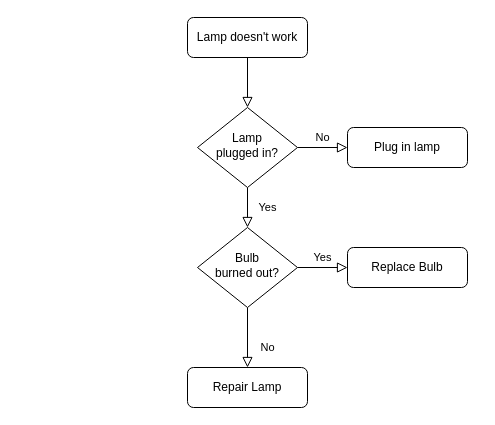
DaltonGOO/BIM-Analytics-Platform keeps this draw.io diagram as 07_Planning/Use Case Diagram.drawio. Above is the earlier version. Source tidied: cells renumbered, new cells numbered last; positions are measured from the earlier drawing's top-left corner, leaving out a move shared by most shapes. Both pictures are drawn from the tidied source at 100%, with x=0, y=0 at pixel (187, 17).
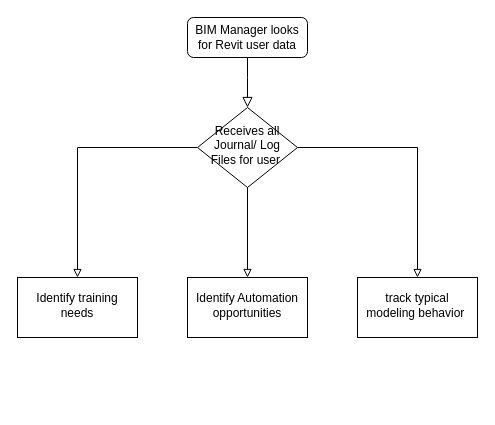
The same diagram, later.

Commit message:
Update Use Case Diagram / BIM Manager Looks for Revit User Data

Diff of the diagram source:
```diff
@@
 <mxGraphModel>
   <root>
     <mxCell id="0" />
     <mxCell id="1" parent="0" />
-    <mxCell id="2" style="rounded=0;html=1;jettySize=auto;fontSize=11;endArrow=block;endFill=0;endSize=8;strokeWidth=1;shadow=0;labelBackgroundColor=none;edgeStyle=orthogonalEdgeStyle;" parent="1" edge="1" source="3" target="6">
-      <mxGeometry relative="1" as="geometry" />
+    <mxCell id="2" style="rounded=0;html=1;jettySize=auto;fontSize=11;endArrow=block;endFill=0;endSize=8;strokeWidth=1;shadow=0;labelBackgroundColor=none;edgeStyle=orthogonalEdgeStyle;align=left;" parent="1" edge="1" source="3" target="6">
+      <mxGeometry relative="1" as="geometry">
+        <Array as="points">
+          <mxPoint x="60" y="60" />
+          <mxPoint x="60" y="60" />
+        </Array>
+      </mxGeometry>
     </mxCell>
-    <mxCell id="3" value="Lamp doesn't work" style="rounded=1;whiteSpace=wrap;html=1;fontSize=12;glass=0;strokeWidth=1;shadow=0;" parent="1" vertex="1">
+    <mxCell id="3" value="BIM Manager looks for Revit user data" style="rounded=1;whiteSpace=wrap;html=1;fontSize=12;glass=0;strokeWidth=1;shadow=0;" parent="1" vertex="1">
       <mxGeometry width="120" height="40" as="geometry" />
     </mxCell>
-    <mxCell id="4" value="Yes" style="rounded=0;html=1;jettySize=auto;fontSize=11;endArrow=block;endFill=0;endSize=8;strokeWidth=1;shadow=0;labelBackgroundColor=none;edgeStyle=orthogonalEdgeStyle;" parent="1" edge="1" source="6" target="10">
-      <mxGeometry y="20" relative="1" as="geometry" />
-    </mxCell>
-    <mxCell id="5" value="No" style="edgeStyle=orthogonalEdgeStyle;rounded=0;html=1;jettySize=auto;fontSize=11;endArrow=block;endFill=0;endSize=8;strokeWidth=1;shadow=0;labelBackgroundColor=none;" parent="1" edge="1" source="6" target="7">
-      <mxGeometry y="10" relative="1" as="geometry" />
-    </mxCell>
+    <mxCell id="13" style="edgeStyle=orthogonalEdgeStyle;rounded=0;jettySize=auto;html=1;startFill=1;endArrow=block;endFill=0;align=left;" parent="1" edge="1" source="6" target="16">
+      <mxGeometry relative="1" as="geometry" />
+    </mxCell>
+    <mxCell id="14" style="edgeStyle=orthogonalEdgeStyle;rounded=0;jettySize=auto;html=1;startFill=1;endArrow=block;endFill=0;align=left;" parent="1" edge="1" source="6" target="17">
+      <mxGeometry relative="1" as="geometry" />
+    </mxCell>
+    <mxCell id="15" style="edgeStyle=orthogonalEdgeStyle;rounded=0;jettySize=auto;html=1;startFill=1;endArrow=block;endFill=0;align=left;" parent="1" edge="1" source="6" target="18">
+      <mxGeometry relative="1" as="geometry" />
+    </mxCell>
-    <mxCell id="6" value="Lamp&lt;br&gt;plugged in?" style="rhombus;whiteSpace=wrap;html=1;shadow=0;fontFamily=Helvetica;fontSize=12;align=center;strokeWidth=1;spacing=6;spacingTop=-4;" parent="1" vertex="1">
+    <mxCell id="6" value="Receives all Journal/ Log Files for user&amp;nbsp;" style="rhombus;whiteSpace=wrap;html=1;shadow=0;fontFamily=Helvetica;fontSize=12;align=center;strokeWidth=1;spacing=6;spacingTop=-4;" parent="1" vertex="1">
       <mxGeometry x="10" y="90" width="100" height="80" as="geometry" />
     </mxCell>
-    <mxCell id="7" value="Plug in lamp" style="rounded=1;whiteSpace=wrap;html=1;fontSize=12;glass=0;strokeWidth=1;shadow=0;" parent="1" vertex="1">
-      <mxGeometry x="160" y="110" width="120" height="40" as="geometry" />
-    </mxCell>
-    <mxCell id="8" value="No" style="rounded=0;html=1;jettySize=auto;fontSize=11;endArrow=block;endFill=0;endSize=8;strokeWidth=1;shadow=0;labelBackgroundColor=none;edgeStyle=orthogonalEdgeStyle;" parent="1" edge="1" source="10" target="11">
-      <mxGeometry x="0.33" y="20" relative="1" as="geometry" />
-    </mxCell>
-    <mxCell id="9" value="Yes" style="edgeStyle=orthogonalEdgeStyle;rounded=0;html=1;jettySize=auto;fontSize=11;endArrow=block;endFill=0;endSize=8;strokeWidth=1;shadow=0;labelBackgroundColor=none;" parent="1" edge="1" source="10" target="12">
-      <mxGeometry y="10" relative="1" as="geometry" />
-    </mxCell>
-    <mxCell id="10" value="Bulb&lt;br&gt;burned out?" style="rhombus;whiteSpace=wrap;html=1;shadow=0;fontFamily=Helvetica;fontSize=12;align=center;strokeWidth=1;spacing=6;spacingTop=-4;" parent="1" vertex="1">
-      <mxGeometry x="10" y="210" width="100" height="80" as="geometry" />
-    </mxCell>
-    <mxCell id="11" value="Repair Lamp" style="rounded=1;whiteSpace=wrap;html=1;fontSize=12;glass=0;strokeWidth=1;shadow=0;" parent="1" vertex="1">
-      <mxGeometry y="350" width="120" height="40" as="geometry" />
-    </mxCell>
-    <mxCell id="12" value="Replace Bulb" style="rounded=1;whiteSpace=wrap;html=1;fontSize=12;glass=0;strokeWidth=1;shadow=0;" parent="1" vertex="1">
-      <mxGeometry x="160" y="230" width="120" height="40" as="geometry" />
-    </mxCell>
+    <mxCell id="16" value="&lt;span&gt;Identify training needs&lt;/span&gt;" style="whiteSpace=wrap;html=1;shadow=0;strokeWidth=1;spacing=6;spacingTop=-4;" parent="1" vertex="1">
+      <mxGeometry x="-170" y="260" width="120" height="60" as="geometry" />
+    </mxCell>
+    <mxCell id="17" value="Identify Automation opportunities" style="whiteSpace=wrap;html=1;shadow=0;strokeWidth=1;spacing=6;spacingTop=-4;" parent="1" vertex="1">
+      <mxGeometry y="260" width="120" height="60" as="geometry" />
+    </mxCell>
+    <mxCell id="18" value="track typical modeling behavior&amp;nbsp;" style="whiteSpace=wrap;html=1;shadow=0;strokeWidth=1;spacing=6;spacingTop=-4;" parent="1" vertex="1">
+      <mxGeometry x="170" y="260" width="120" height="60" as="geometry" />
+    </mxCell>
   </root>
 </mxGraphModel>
```
